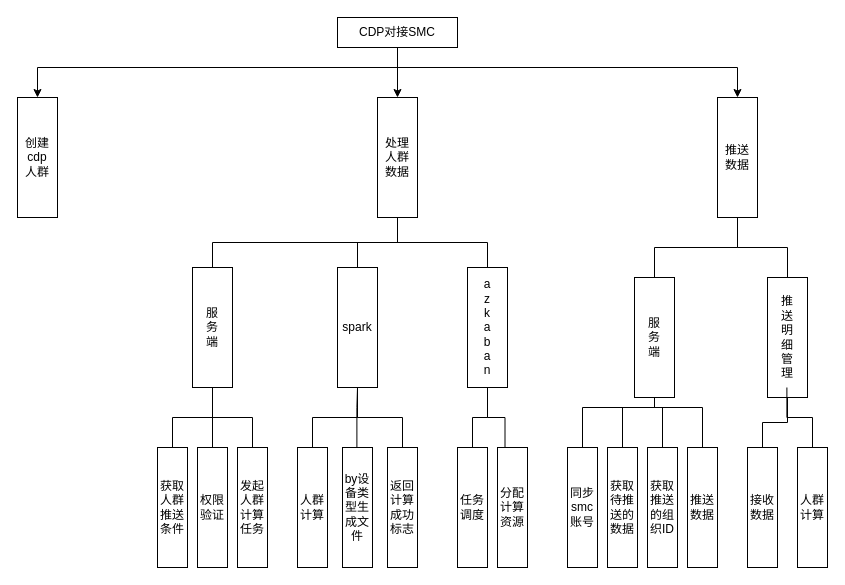
This is SMC层次图.drawio from natyuen/huatu, a draw.io file, before an edit. Source tidied: cells renumbered, new cells numbered last; positions are measured from the earlier drawing's top-left corner, leaving out a move shared by most shapes. Both pictures are drawn from the tidied source at 100%, with x=0, y=0 at pixel (17, 17).
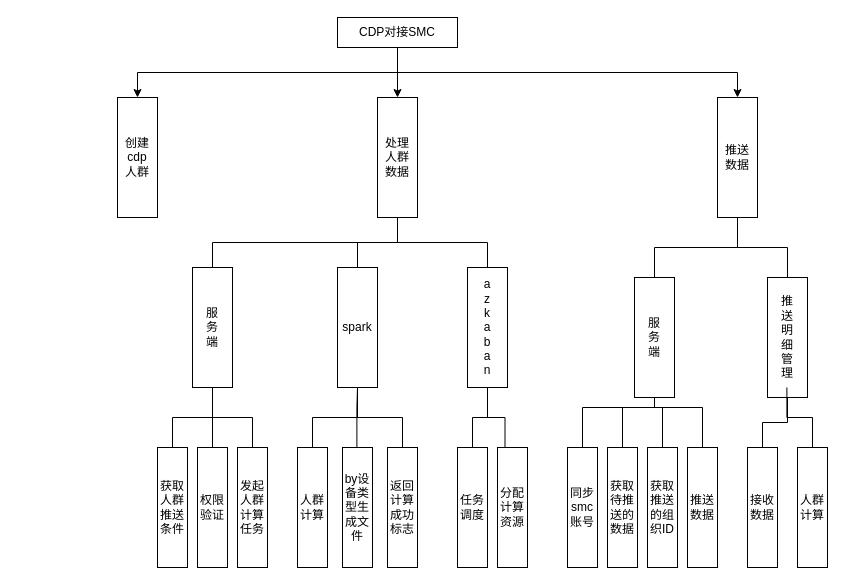
The same page after the edit.

Commit message (it also covers changes not shown here):
更新SMC层次图.drawio

Unchanged cells that the change refers to:
```xml
<mxCell id="2" value="CDP对接SMC" style="rounded=0;whiteSpace=wrap;html=1;" parent="1" vertex="1">
  <mxGeometry x="320" width="120" height="30" as="geometry" />
</mxCell>
<mxCell id="4" value="推送&lt;br&gt;数据" style="rounded=0;whiteSpace=wrap;html=1;" parent="1" vertex="1">
  <mxGeometry x="700" y="80" width="40" height="120" as="geometry" />
</mxCell>
```

Change to the diagram source:
```diff
@@
     <mxCell id="3" value="创建cdp&lt;br&gt;人群" style="rounded=0;whiteSpace=wrap;html=1;" parent="1" vertex="1">
-      <mxGeometry y="80" width="40" height="120" as="geometry" />
+      <mxGeometry x="100" y="80" width="40" height="120" as="geometry" />
     </mxCell>
@@
-    <mxCell id="6" style="endArrow=classic;html=1;rounded=0;exitX=0.5;exitY=1;exitDx=0;exitDy=0;entryX=0.5;entryY=0;entryDx=0;entryDy=0;" parent="1" edge="1" source="2" target="3">
-      <mxGeometry relative="1" as="geometry">
-        <Array as="points">
-          <mxPoint x="380" y="50" />
-          <mxPoint x="20" y="50" />
-        </Array>
-      </mxGeometry>
+    <mxCell id="6" style="endArrow=classic;html=1;rounded=0;exitX=0.5;exitY=1;exitDx=0;exitDy=0;entryX=0.5;entryY=0;entryDx=0;entryDy=0;edgeStyle=elbowEdgeStyle;elbow=vertical;" parent="1" edge="1" source="2" target="3">
+      <mxGeometry relative="1" as="geometry" />
     </mxCell>
-    <mxCell id="7" style="endArrow=classic;html=1;rounded=0;entryX=0.5;entryY=0;entryDx=0;entryDy=0;exitX=0.5;exitY=1;exitDx=0;exitDy=0;" parent="1" edge="1" source="2" target="4">
-      <mxGeometry relative="1" as="geometry">
-        <Array as="points">
-          <mxPoint x="380" y="50" />
-          <mxPoint x="720" y="50" />
-        </Array>
-      </mxGeometry>
+    <mxCell id="7" style="endArrow=classic;html=1;rounded=0;entryX=0.5;entryY=0;entryDx=0;entryDy=0;exitX=0.5;exitY=1;exitDx=0;exitDy=0;edgeStyle=elbowEdgeStyle;elbow=vertical;" parent="1" edge="1" source="2" target="4">
+      <mxGeometry relative="1" as="geometry" />
     </mxCell>
```
